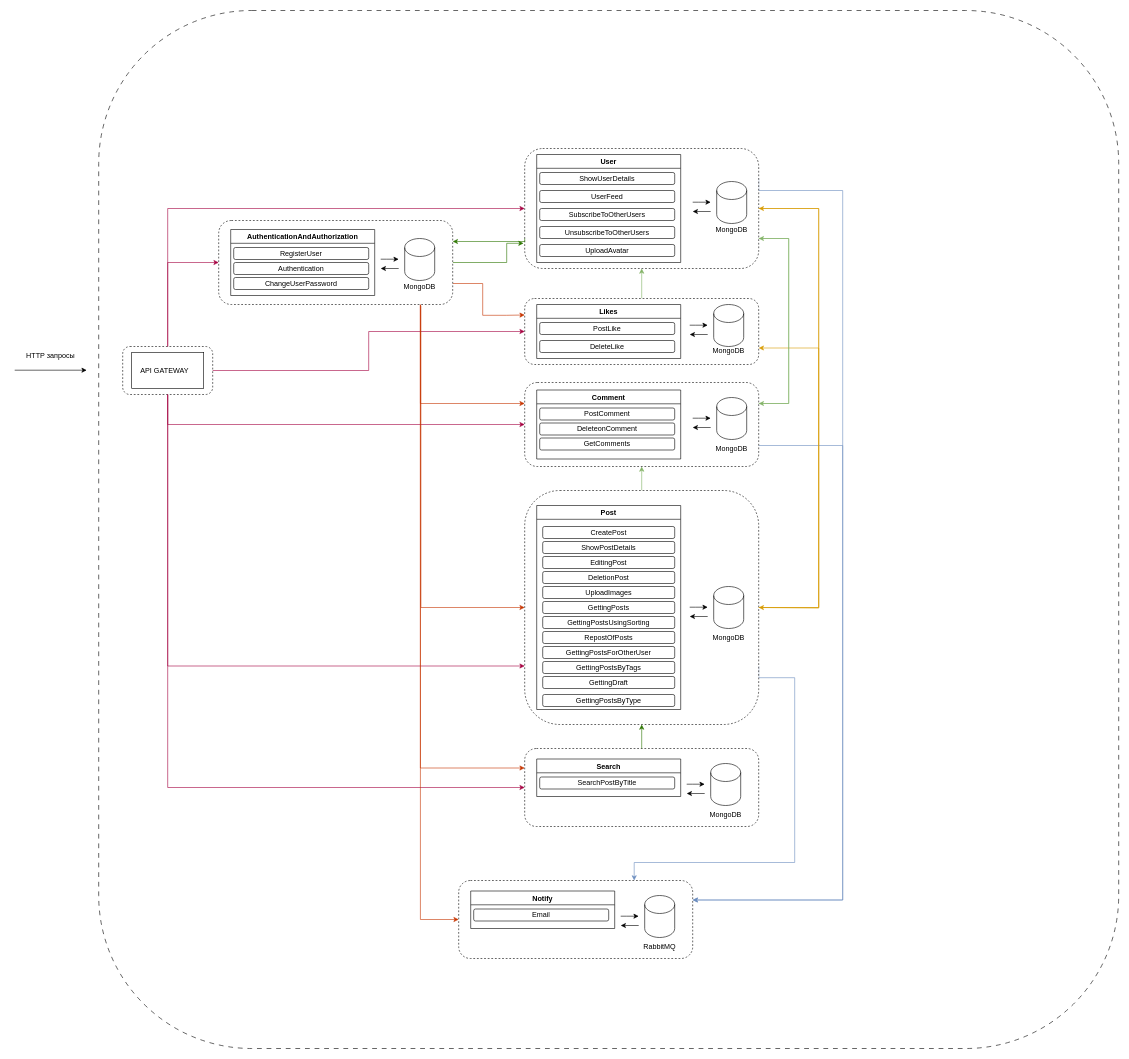
Before: specification — копия.drawio in htmlacademy-nestjs/2033003-readme-4, a draw.io diagram. Source tidied: cells renumbered, new cells numbered last; positions are measured from the earlier drawing's top-left corner, leaving out a move shared by most shapes. Both pictures are drawn from the tidied source at 60%, with x=0, y=0 at pixel (14, 10).
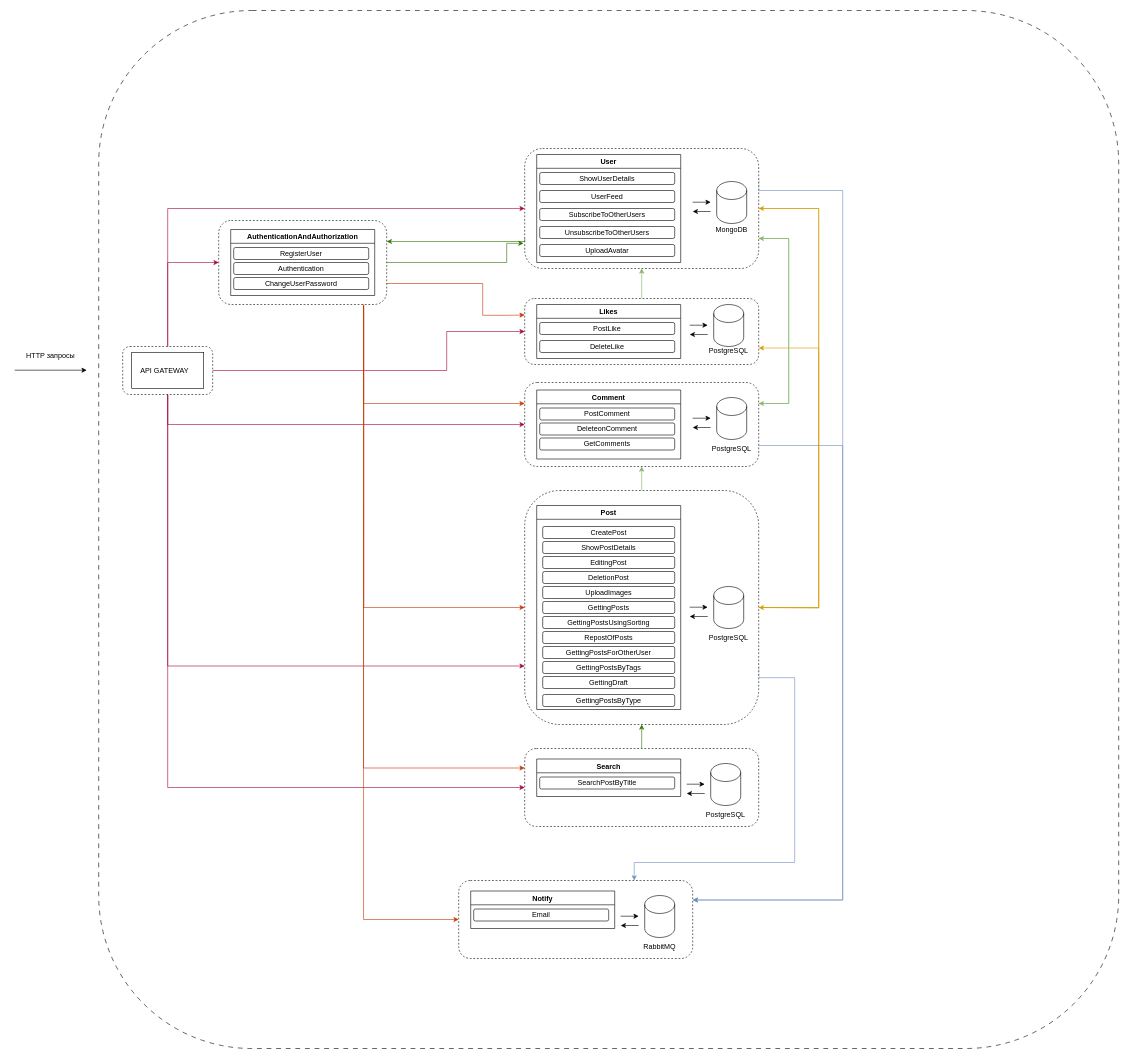
After the change.

The change refers to these unchanged cells:
```xml
<mxCell id="10" style="group;" parent="1" vertex="1">
  <mxGeometry x="850" y="1230" width="390" height="130" as="geometry" />
</mxCell>
<mxCell id="11" style="rounded=1;whiteSpace=wrap;html=1;dashed=1;" parent="10" vertex="1">
  <mxGeometry width="390" height="130" as="geometry" />
</mxCell>
<mxCell id="20" style="rounded=1;whiteSpace=wrap;html=1;dashed=1;strokeColor=default;" parent="19" vertex="1">
  <mxGeometry width="150" height="80" as="geometry" />
</mxCell>
<mxCell id="30" style="rounded=1;whiteSpace=wrap;html=1;dashed=1;" parent="29" vertex="1">
  <mxGeometry width="390" height="130" as="geometry" />
</mxCell>
<mxCell id="47" style="group;" parent="1" vertex="1">
  <mxGeometry x="340" y="350" width="390" height="140" as="geometry" />
</mxCell>
<mxCell id="69" style="group;" parent="1" vertex="1">
  <mxGeometry x="850" y="480" width="390" height="110" as="geometry" />
</mxCell>
<mxCell id="70" style="rounded=1;whiteSpace=wrap;html=1;dashed=1;" parent="69" vertex="1">
  <mxGeometry width="390" height="110" as="geometry" />
</mxCell>
<mxCell id="78" style="group;" parent="1" vertex="1">
  <mxGeometry x="850" y="620" width="390" height="140" as="geometry" />
</mxCell>
<mxCell id="79" style="rounded=1;whiteSpace=wrap;html=1;dashed=1;" parent="78" vertex="1">
  <mxGeometry width="390" height="140" as="geometry" />
</mxCell>
<mxCell id="89" style="group;" parent="1" vertex="1">
  <mxGeometry x="850" y="800" width="390" height="390" as="geometry" />
</mxCell>
<mxCell id="90" style="rounded=1;whiteSpace=wrap;html=1;dashed=1;" parent="89" vertex="1">
  <mxGeometry width="390" height="390" as="geometry" />
</mxCell>
```

Change to the diagram source:
```diff
@@
-    <mxCell id="17" value="MongoDB" style="text;html=1;strokeColor=none;fillColor=none;align=center;verticalAlign=middle;whiteSpace=wrap;rounded=0;" parent="10" vertex="1">
+    <mxCell id="17" value="PostgreSQL" style="text;html=1;strokeColor=none;fillColor=none;align=center;verticalAlign=middle;whiteSpace=wrap;rounded=0;" parent="10" vertex="1">
       <mxGeometry x="305" y="95" width="60" height="30" as="geometry" />
     </mxCell>
@@
     <mxCell id="25" style="edgeStyle=orthogonalEdgeStyle;rounded=0;jettySize=auto;html=1;exitX=1;exitY=0.5;exitDx=0;exitDy=0;entryX=0;entryY=0.5;entryDx=0;entryDy=0;fillColor=#d80073;strokeColor=#A50040;" parent="1" edge="1" source="20" target="70">
-      <mxGeometry relative="1" as="geometry" />
+      <mxGeometry relative="1" as="geometry">
+        <Array as="points">
+          <mxPoint x="720" y="600" />
+          <mxPoint x="720" y="535" />
+        </Array>
+      </mxGeometry>
     </mxCell>
@@
     <mxCell id="39" style="edgeStyle=orthogonalEdgeStyle;rounded=0;jettySize=auto;html=1;exitX=0.862;exitY=0.998;exitDx=0;exitDy=0;entryX=0;entryY=0.25;entryDx=0;entryDy=0;exitPerimeter=0;fillColor=#fa6800;strokeColor=#C73500;" parent="1" edge="1" source="48" target="79">
       <mxGeometry relative="1" as="geometry">
         <Array as="points">
-          <mxPoint x="676" y="655" />
+          <mxPoint x="581" y="655" />
         </Array>
       </mxGeometry>
     </mxCell>
     <mxCell id="40" style="edgeStyle=orthogonalEdgeStyle;rounded=0;jettySize=auto;html=1;exitX=0.864;exitY=1.014;exitDx=0;exitDy=0;entryX=0;entryY=0.5;entryDx=0;entryDy=0;exitPerimeter=0;fillColor=#fa6800;strokeColor=#C73500;" parent="1" edge="1" source="48" target="90">
       <mxGeometry relative="1" as="geometry">
         <Array as="points">
-          <mxPoint x="677" y="995" />
+          <mxPoint x="582" y="995" />
         </Array>
       </mxGeometry>
     </mxCell>
     <mxCell id="41" style="edgeStyle=orthogonalEdgeStyle;rounded=0;jettySize=auto;html=1;exitX=0.862;exitY=0.998;exitDx=0;exitDy=0;entryX=0;entryY=0.25;entryDx=0;entryDy=0;fillColor=#fa6800;strokeColor=#C73500;exitPerimeter=0;" parent="1" edge="1" source="48" target="11">
       <mxGeometry relative="1" as="geometry">
         <Array as="points">
-          <mxPoint x="676" y="1262" />
+          <mxPoint x="581" y="1262" />
         </Array>
       </mxGeometry>
     </mxCell>
     <mxCell id="42" style="edgeStyle=orthogonalEdgeStyle;rounded=0;jettySize=auto;html=1;exitX=0.862;exitY=0.998;exitDx=0;exitDy=0;entryX=0;entryY=0.5;entryDx=0;entryDy=0;exitPerimeter=0;fillColor=#fa6800;strokeColor=#C73500;" parent="1" edge="1" source="48" target="30">
       <mxGeometry relative="1" as="geometry">
         <Array as="points">
-          <mxPoint x="676" y="1515" />
+          <mxPoint x="581" y="1515" />
         </Array>
       </mxGeometry>
     </mxCell>
@@
     <mxCell id="48" style="rounded=1;whiteSpace=wrap;html=1;dashed=1;" parent="47" vertex="1">
-      <mxGeometry width="390" height="140" as="geometry" />
+      <mxGeometry width="280" height="140" as="geometry" />
     </mxCell>
@@
-    <mxCell id="53" style="endArrow=classic;html=1;rounded=0;" parent="47" edge="1">
-      <mxGeometry relative="1" as="geometry">
-        <mxPoint x="300" y="80" as="sourcePoint" />
-        <mxPoint x="270" y="80" as="targetPoint" />
-      </mxGeometry>
-    </mxCell>
-    <mxCell id="54" style="shape=cylinder3;whiteSpace=wrap;html=1;boundedLbl=1;backgroundOutline=1;size=15;" parent="47" vertex="1">
-      <mxGeometry x="310" y="30" width="50" height="70" as="geometry" />
-    </mxCell>
-    <mxCell id="55" value="MongoDB" style="text;html=1;strokeColor=none;fillColor=none;align=center;verticalAlign=middle;whiteSpace=wrap;rounded=0;" parent="47" vertex="1">
-      <mxGeometry x="305" y="95" width="60" height="30" as="geometry" />
-    </mxCell>
-    <mxCell id="56" style="endArrow=classic;html=1;rounded=0;" parent="47" edge="1">
-      <mxGeometry relative="1" as="geometry">
-        <mxPoint x="270" y="64.5" as="sourcePoint" />
-        <mxPoint x="300" y="64.5" as="targetPoint" />
-        <Array as="points">
-          <mxPoint x="280" y="64.5" />
-        </Array>
-      </mxGeometry>
-    </mxCell>
@@
-    <mxCell id="76" value="MongoDB" style="text;html=1;strokeColor=none;fillColor=none;align=center;verticalAlign=middle;whiteSpace=wrap;rounded=0;" parent="69" vertex="1">
+    <mxCell id="76" value="PostgreSQL" style="text;html=1;strokeColor=none;fillColor=none;align=center;verticalAlign=middle;whiteSpace=wrap;rounded=0;" parent="69" vertex="1">
       <mxGeometry x="310" y="70" width="60" height="35" as="geometry" />
     </mxCell>
@@
-    <mxCell id="87" value="MongoDB" style="text;html=1;strokeColor=none;fillColor=none;align=center;verticalAlign=middle;whiteSpace=wrap;rounded=0;" parent="78" vertex="1">
+    <mxCell id="87" value="PostgreSQL" style="text;html=1;strokeColor=none;fillColor=none;align=center;verticalAlign=middle;whiteSpace=wrap;rounded=0;" parent="78" vertex="1">
       <mxGeometry x="315" y="95" width="60" height="30" as="geometry" />
     </mxCell>
@@
-    <mxCell id="99" value="MongoDB" style="text;html=1;strokeColor=none;fillColor=none;align=center;verticalAlign=middle;whiteSpace=wrap;rounded=0;" parent="89" vertex="1">
+    <mxCell id="99" value="PostgreSQL" style="text;html=1;strokeColor=none;fillColor=none;align=center;verticalAlign=middle;whiteSpace=wrap;rounded=0;" parent="89" vertex="1">
       <mxGeometry x="310" y="230" width="60" height="30" as="geometry" />
     </mxCell>
```
